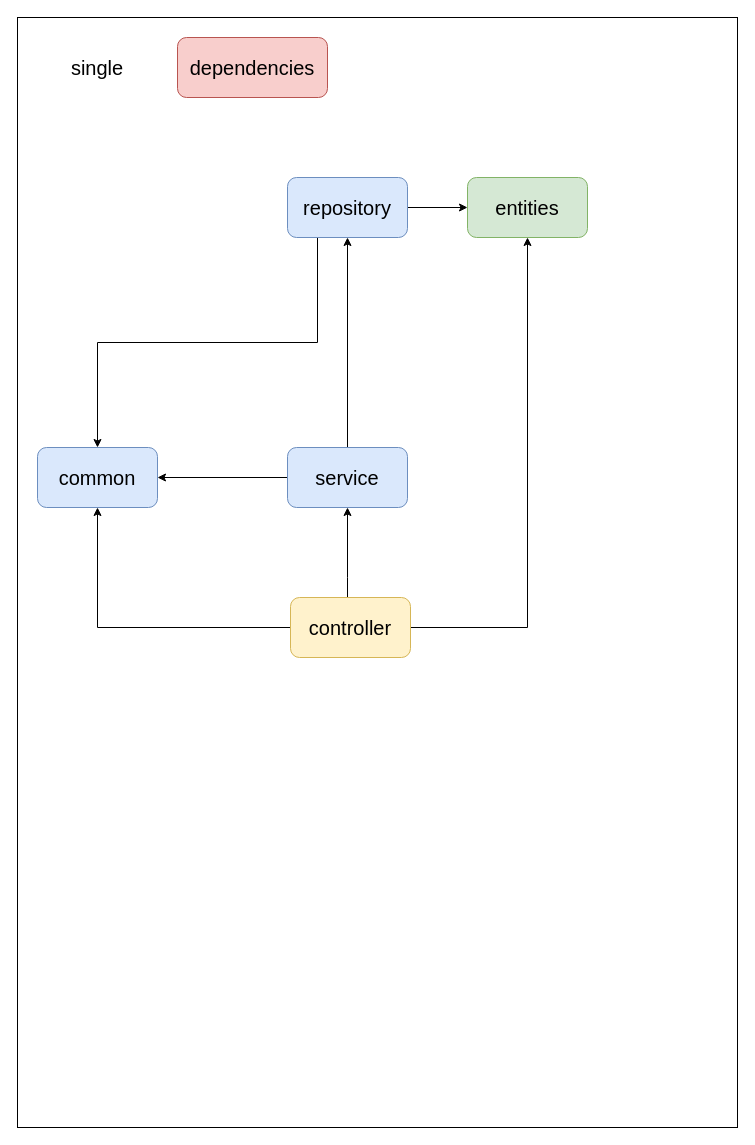
Before: 未命名表单.drawio in xcheng5787/Test, a draw.io diagram. Source tidied: cells renumbered, new cells numbered last; positions are measured from the earlier drawing's top-left corner, leaving out a move shared by most shapes. Both pictures are drawn from the tidied source at 100%, with x=0, y=0 at pixel (17, 17).
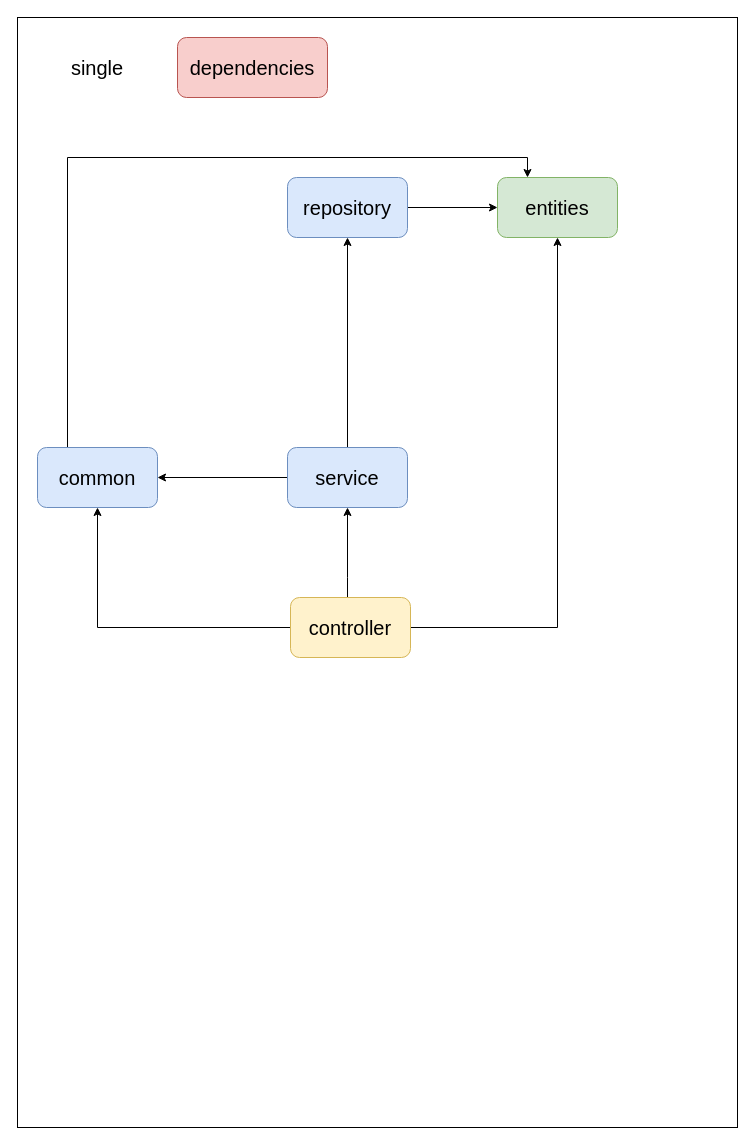
Above is the later version.

Diff of the diagram source:
```diff
@@
 <mxGraphModel>
   <root>
     <mxCell id="0" />
     <mxCell id="1" parent="0" />
     <mxCell id="2" style="rounded=0;whiteSpace=wrap;html=1;fontSize=20;fillColor=none;" parent="1" vertex="1">
       <mxGeometry width="720" height="1110" as="geometry" />
     </mxCell>
     <mxCell id="3" value="single" style="text;html=1;strokeColor=none;fillColor=none;align=center;verticalAlign=middle;whiteSpace=wrap;rounded=0;fontSize=20;" parent="1" vertex="1">
       <mxGeometry x="60" y="40" width="40" height="20" as="geometry" />
     </mxCell>
     <mxCell id="4" style="edgeStyle=orthogonalEdgeStyle;rounded=0;jettySize=auto;html=1;fontSize=20;" parent="1" edge="1" source="7" target="10">
       <mxGeometry relative="1" as="geometry">
         <Array as="points">
           <mxPoint x="330" y="560" />
           <mxPoint x="330" y="560" />
         </Array>
       </mxGeometry>
     </mxCell>
     <mxCell id="5" style="edgeStyle=orthogonalEdgeStyle;rounded=0;jettySize=auto;html=1;exitX=0;exitY=0.5;exitDx=0;exitDy=0;fontSize=20;" parent="1" edge="1" source="7" target="11">
       <mxGeometry relative="1" as="geometry" />
     </mxCell>
     <mxCell id="6" style="edgeStyle=orthogonalEdgeStyle;rounded=0;jettySize=auto;html=1;exitX=1;exitY=0.5;exitDx=0;exitDy=0;fontSize=20;" parent="1" edge="1" source="7" target="15">
       <mxGeometry relative="1" as="geometry" />
     </mxCell>
     <mxCell id="7" value="controller" style="rounded=1;whiteSpace=wrap;html=1;fontSize=20;fillColor=#fff2cc;strokeColor=#d6b656;" parent="1" vertex="1">
       <mxGeometry x="273" y="580" width="120" height="60" as="geometry" />
     </mxCell>
     <mxCell id="8" style="edgeStyle=orthogonalEdgeStyle;rounded=0;jettySize=auto;html=1;fontSize=20;" parent="1" edge="1" source="10" target="14">
       <mxGeometry relative="1" as="geometry" />
     </mxCell>
     <mxCell id="9" style="edgeStyle=orthogonalEdgeStyle;rounded=0;jettySize=auto;html=1;exitX=0;exitY=0.75;exitDx=0;exitDy=0;fontSize=20;" parent="1" edge="1" source="10" target="11">
       <mxGeometry relative="1" as="geometry">
         <Array as="points">
           <mxPoint x="270" y="460" />
         </Array>
       </mxGeometry>
     </mxCell>
     <mxCell id="10" value="service" style="rounded=1;whiteSpace=wrap;html=1;fontSize=20;fillColor=#dae8fc;strokeColor=#6c8ebf;" parent="1" vertex="1">
       <mxGeometry x="270" y="430" width="120" height="60" as="geometry" />
     </mxCell>
+    <mxCell id="17" style="edgeStyle=orthogonalEdgeStyle;rounded=0;jettySize=auto;html=1;exitX=0.25;exitY=0;exitDx=0;exitDy=0;entryX=0.25;entryY=0;entryDx=0;entryDy=0;" parent="1" edge="1" source="11" target="15">
+      <mxGeometry relative="1" as="geometry" />
+    </mxCell>
     <mxCell id="11" value="common" style="rounded=1;whiteSpace=wrap;html=1;fontSize=20;fillColor=#dae8fc;strokeColor=#6c8ebf;" parent="1" vertex="1">
       <mxGeometry x="20" y="430" width="120" height="60" as="geometry" />
     </mxCell>
-    <mxCell id="12" style="edgeStyle=orthogonalEdgeStyle;rounded=0;jettySize=auto;html=1;exitX=0.25;exitY=1;exitDx=0;exitDy=0;fontSize=20;" parent="1" edge="1" source="14" target="11">
-      <mxGeometry relative="1" as="geometry" />
-    </mxCell>
     <mxCell id="13" style="edgeStyle=orthogonalEdgeStyle;rounded=0;jettySize=auto;html=1;exitX=1;exitY=0.5;exitDx=0;exitDy=0;entryX=0;entryY=0.5;entryDx=0;entryDy=0;fontSize=20;" parent="1" edge="1" source="14" target="15">
       <mxGeometry relative="1" as="geometry" />
     </mxCell>
     <mxCell id="14" value="repository" style="rounded=1;whiteSpace=wrap;html=1;fontSize=20;fillColor=#dae8fc;strokeColor=#6c8ebf;" parent="1" vertex="1">
       <mxGeometry x="270" y="160" width="120" height="60" as="geometry" />
     </mxCell>
     <mxCell id="15" value="entities" style="rounded=1;whiteSpace=wrap;html=1;fontSize=20;fillColor=#d5e8d4;strokeColor=#82b366;" parent="1" vertex="1">
-      <mxGeometry x="450" y="160" width="120" height="60" as="geometry" />
+      <mxGeometry x="480" y="160" width="120" height="60" as="geometry" />
     </mxCell>
     <mxCell id="16" value="dependencies" style="rounded=1;whiteSpace=wrap;html=1;fontSize=20;fillColor=#f8cecc;strokeColor=#b85450;" parent="1" vertex="1">
       <mxGeometry x="160" y="20" width="150" height="60" as="geometry" />
     </mxCell>
   </root>
 </mxGraphModel>
```
